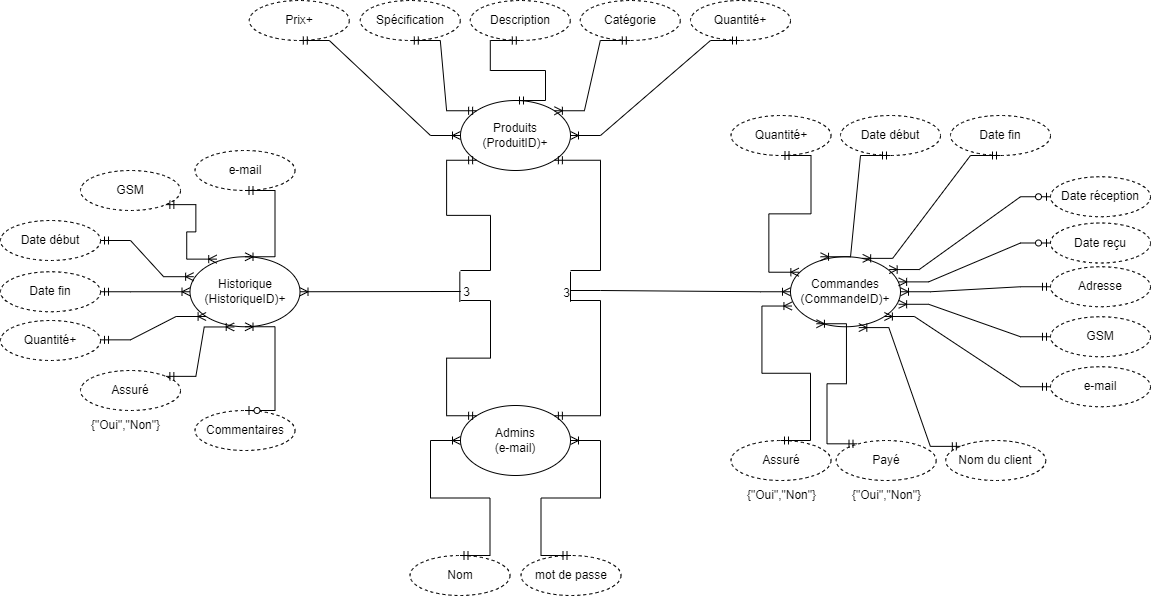
Above: ORM.png in Emilevillette/LINFO1212-2022-12 (draw.io), before the change. Source tidied: cells renumbered, new cells last; positions are measured from the earlier drawing's top-left corner, leaving out a move shared by most shapes.
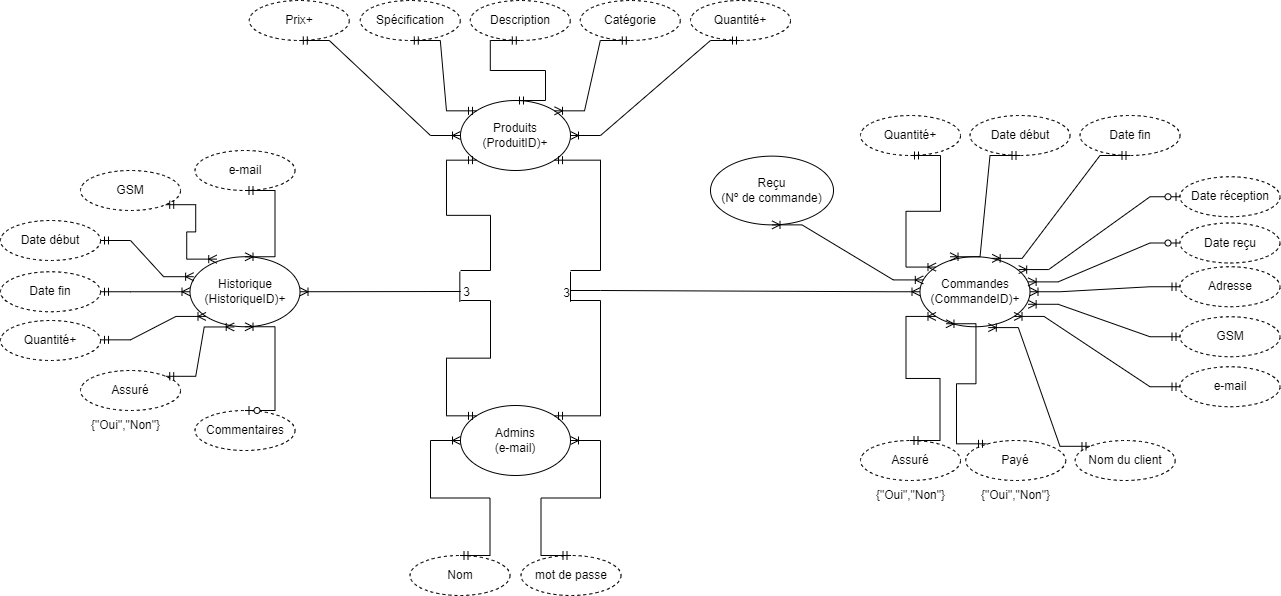
Above is the later version.

The edit, as a diff of the source:
```diff
@@ -6,7 +6,7 @@
       <mxGeometry x="460" y="100" width="110" height="70" as="geometry" />
     </mxCell>
     <mxCell id="3" value="Commandes&lt;br&gt;(CommandeID)+" style="ellipse;whiteSpace=wrap;html=1;align=center;" parent="1" vertex="1">
-      <mxGeometry x="790" y="256.2" width="110" height="70" as="geometry" />
+      <mxGeometry x="919.5" y="256.2" width="110" height="70" as="geometry" />
     </mxCell>
     <mxCell id="4" value="Admins&lt;br&gt;(e-mail)" style="ellipse;whiteSpace=wrap;html=1;align=center;" parent="1" vertex="1">
       <mxGeometry x="460" y="405" width="110" height="70" as="geometry" />
@@ -27,19 +27,19 @@
       <mxGeometry x="520.5" y="555" width="100" height="40" as="geometry" />
     </mxCell>
     <mxCell id="10" value="Quantité+" style="ellipse;whiteSpace=wrap;html=1;align=center;dashed=1;" parent="1" vertex="1">
-      <mxGeometry x="730.5" y="115" width="100" height="40" as="geometry" />
+      <mxGeometry x="860" y="115" width="100" height="40" as="geometry" />
     </mxCell>
     <mxCell id="11" value="Date début" style="ellipse;whiteSpace=wrap;html=1;align=center;dashed=1;" parent="1" vertex="1">
-      <mxGeometry x="840" y="115" width="100" height="40" as="geometry" />
+      <mxGeometry x="969.5" y="115" width="100" height="40" as="geometry" />
     </mxCell>
     <mxCell id="12" value="Date fin" style="ellipse;whiteSpace=wrap;html=1;align=center;dashed=1;" parent="1" vertex="1">
-      <mxGeometry x="950" y="115" width="100" height="40" as="geometry" />
+      <mxGeometry x="1079.5" y="115" width="100" height="40" as="geometry" />
     </mxCell>
     <mxCell id="13" value="Payé" style="ellipse;whiteSpace=wrap;html=1;align=center;dashed=1;" parent="1" vertex="1">
-      <mxGeometry x="835.7" y="440" width="100" height="40" as="geometry" />
+      <mxGeometry x="965.2" y="440" width="100" height="40" as="geometry" />
     </mxCell>
     <mxCell id="14" value="{&quot;Oui&quot;,&quot;Non&quot;}" style="text;html=1;align=center;verticalAlign=middle;strokeColor=none;fillColor=none;fontColor=none;" parent="1" vertex="1">
-      <mxGeometry x="840.7" y="480" width="90" height="30" as="geometry" />
+      <mxGeometry x="970.2" y="480" width="90" height="30" as="geometry" />
     </mxCell>
     <mxCell id="15" style="edgeStyle=entityRelationEdgeStyle;fontSize=12;html=1;endArrow=ERmandOne;startArrow=ERmandOne;rounded=0;fontColor=none;exitX=0.5;exitY=1;exitDx=0;exitDy=0;entryX=0.5;entryY=0;entryDx=0;entryDy=0;" parent="1" edge="1" source="6" target="2">
       <mxGeometry relative="1" as="geometry" />
@@ -70,7 +70,7 @@
     <mxCell id="22" style="edgeStyle=entityRelationEdgeStyle;fontSize=12;html=1;endArrow=ERoneToMany;startArrow=ERmandOne;rounded=0;fontColor=none;exitX=0.5;exitY=0;exitDx=0;exitDy=0;entryX=1;entryY=0.5;entryDx=0;entryDy=0;" parent="1" edge="1" source="9" target="4">
       <mxGeometry relative="1" as="geometry" />
     </mxCell>
-    <mxCell id="23" style="edgeStyle=entityRelationEdgeStyle;fontSize=12;html=1;endArrow=ERoneToMany;startArrow=ERmandOne;rounded=0;fontColor=none;entryX=0.076;entryY=0.221;entryDx=0;entryDy=0;exitX=0.5;exitY=1;exitDx=0;exitDy=0;entryPerimeter=0;" parent="1" edge="1" source="10" target="3">
+    <mxCell id="23" style="edgeStyle=entityRelationEdgeStyle;fontSize=12;html=1;endArrow=ERoneToMany;startArrow=ERmandOne;rounded=0;fontColor=none;entryX=0;entryY=0;entryDx=0;entryDy=0;exitX=0.5;exitY=1;exitDx=0;exitDy=0;" parent="1" edge="1" source="10" target="3">
       <mxGeometry relative="1" as="geometry" />
     </mxCell>
     <mxCell id="24" style="edgeStyle=entityRelationEdgeStyle;fontSize=12;html=1;endArrow=ERoneToMany;startArrow=ERmandOne;rounded=0;fontColor=none;exitX=0.5;exitY=1;exitDx=0;exitDy=0;entryX=0.656;entryY=0.023;entryDx=0;entryDy=0;entryPerimeter=0;" parent="1" edge="1" source="12" target="3">
@@ -93,19 +93,19 @@
       </mxGeometry>
     </mxCell>
     <mxCell id="29" value="Date réception" style="ellipse;whiteSpace=wrap;html=1;align=center;dashed=1;" parent="1" vertex="1">
-      <mxGeometry x="1050" y="176.2" width="100" height="40" as="geometry" />
+      <mxGeometry x="1179.5" y="176.2" width="100" height="40" as="geometry" />
     </mxCell>
     <mxCell id="30" value="Date reçu" style="ellipse;whiteSpace=wrap;html=1;align=center;dashed=1;" parent="1" vertex="1">
-      <mxGeometry x="1050" y="222.5" width="100" height="40" as="geometry" />
+      <mxGeometry x="1179.5" y="222.5" width="100" height="40" as="geometry" />
     </mxCell>
     <mxCell id="31" value="Nom du client" style="ellipse;whiteSpace=wrap;html=1;align=center;dashed=1;" parent="1" vertex="1">
-      <mxGeometry x="945.2" y="440" width="100" height="40" as="geometry" />
+      <mxGeometry x="1074.7" y="440" width="100" height="40" as="geometry" />
     </mxCell>
     <mxCell id="32" value="Adresse" style="ellipse;whiteSpace=wrap;html=1;align=center;dashed=1;" parent="1" vertex="1">
-      <mxGeometry x="1050" y="266.2" width="100" height="40" as="geometry" />
+      <mxGeometry x="1179.5" y="266.2" width="100" height="40" as="geometry" />
     </mxCell>
     <mxCell id="33" value="GSM" style="ellipse;whiteSpace=wrap;html=1;align=center;dashed=1;" parent="1" vertex="1">
-      <mxGeometry x="1050" y="316.2" width="100" height="40" as="geometry" />
+      <mxGeometry x="1179.5" y="316.2" width="100" height="40" as="geometry" />
     </mxCell>
     <mxCell id="34" style="edgeStyle=entityRelationEdgeStyle;fontSize=12;html=1;endArrow=ERoneToMany;startArrow=ERmandOne;rounded=0;fontColor=none;exitX=0;exitY=0.5;exitDx=0;exitDy=0;entryX=0.983;entryY=0.679;entryDx=0;entryDy=0;entryPerimeter=0;" parent="1" edge="1" source="33" target="3">
       <mxGeometry relative="1" as="geometry" />
@@ -117,7 +117,7 @@
       <mxGeometry relative="1" as="geometry" />
     </mxCell>
     <mxCell id="37" value="e-mail" style="ellipse;whiteSpace=wrap;html=1;align=center;dashed=1;" parent="1" vertex="1">
-      <mxGeometry x="1050" y="366.2" width="100" height="40" as="geometry" />
+      <mxGeometry x="1179.5" y="366.2" width="100" height="40" as="geometry" />
     </mxCell>
     <mxCell id="38" style="edgeStyle=entityRelationEdgeStyle;fontSize=12;html=1;endArrow=ERoneToMany;startArrow=ERmandOne;rounded=0;fontColor=none;exitX=0;exitY=0.5;exitDx=0;exitDy=0;entryX=1;entryY=1;entryDx=0;entryDy=0;" parent="1" edge="1" source="37" target="3">
       <mxGeometry relative="1" as="geometry" />
@@ -153,14 +153,14 @@
       <mxGeometry x="194.5" y="150" width="100" height="40" as="geometry" />
     </mxCell>
     <mxCell id="49" value="Assuré" style="ellipse;whiteSpace=wrap;html=1;align=center;dashed=1;" parent="1" vertex="1">
-      <mxGeometry x="730.5" y="440" width="100" height="40" as="geometry" />
+      <mxGeometry x="860" y="440" width="100" height="40" as="geometry" />
     </mxCell>
     <mxCell id="50" value="{&quot;Oui&quot;,&quot;Non&quot;}" style="text;html=1;align=center;verticalAlign=middle;strokeColor=none;fillColor=none;fontColor=none;" parent="1" vertex="1">
-      <mxGeometry x="735.5" y="480" width="90" height="30" as="geometry" />
+      <mxGeometry x="865" y="480" width="90" height="30" as="geometry" />
     </mxCell>
-    <mxCell id="51" style="edgeStyle=entityRelationEdgeStyle;fontSize=12;html=1;endArrow=ERoneToMany;startArrow=ERmandOne;rounded=0;fontColor=none;entryX=0.013;entryY=0.704;entryDx=0;entryDy=0;entryPerimeter=0;" parent="1" edge="1" target="3">
+    <mxCell id="51" style="edgeStyle=entityRelationEdgeStyle;fontSize=12;html=1;endArrow=ERoneToMany;startArrow=ERmandOne;rounded=0;fontColor=none;entryX=0;entryY=1;entryDx=0;entryDy=0;" parent="1" edge="1" target="3">
       <mxGeometry relative="1" as="geometry">
-        <mxPoint x="780" y="440" as="sourcePoint" />
+        <mxPoint x="909.5" y="440" as="sourcePoint" />
       </mxGeometry>
     </mxCell>
     <mxCell id="52" value="Assuré" style="ellipse;whiteSpace=wrap;html=1;align=center;dashed=1;" parent="1" vertex="1">
@@ -227,5 +227,11 @@
     <mxCell id="68" style="edgeStyle=entityRelationEdgeStyle;fontSize=12;html=1;endArrow=ERoneToMany;startArrow=ERmandOne;rounded=0;fontColor=none;entryX=1;entryY=0.5;entryDx=0;entryDy=0;exitX=0.5;exitY=1;exitDx=0;exitDy=0;" parent="1" edge="1" source="67" target="2">
       <mxGeometry relative="1" as="geometry" />
     </mxCell>
+    <mxCell id="69" value="Reçu&lt;br&gt;(Nº de commande)" style="ellipse;whiteSpace=wrap;html=1;align=center;" parent="1" vertex="1">
+      <mxGeometry x="710" y="155.6" width="123" height="68.8" as="geometry" />
+    </mxCell>
+    <mxCell id="70" style="edgeStyle=entityRelationEdgeStyle;fontSize=12;html=1;endArrow=ERoneToMany;startArrow=ERoneToMany;rounded=0;exitX=0.5;exitY=1;exitDx=0;exitDy=0;entryX=0.03;entryY=0.331;entryDx=0;entryDy=0;entryPerimeter=0;" parent="1" edge="1" source="69" target="3">
+      <mxGeometry relative="1" as="geometry" />
+    </mxCell>
   </root>
 </mxGraphModel>
```
